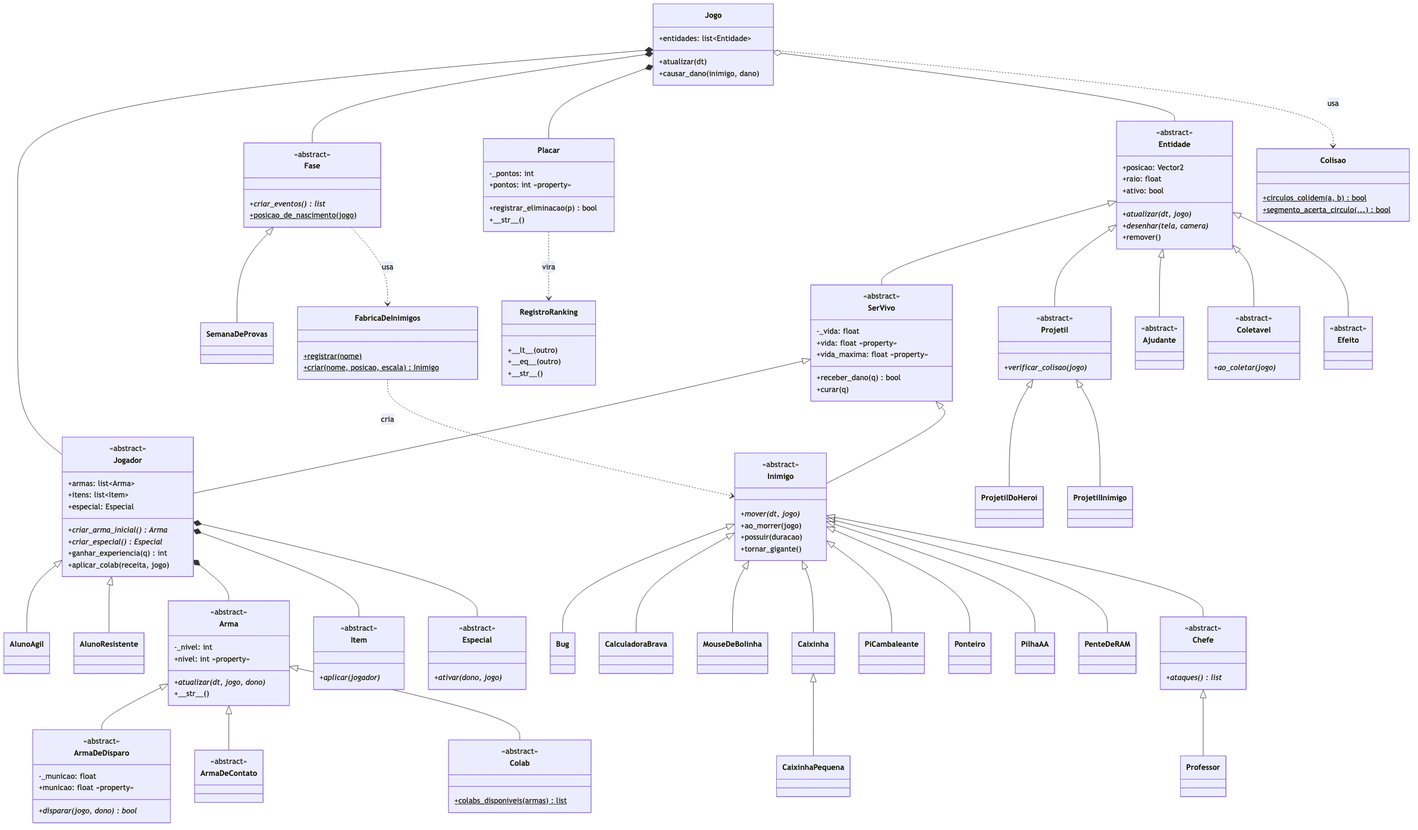
This is docs/entregas/diagrama_classes.png from thallersubtil/UFJ-Survivors, a Mermaid export, as it was before one commit. Its source is kept beside it as docs/diagrama_classes.mmd.
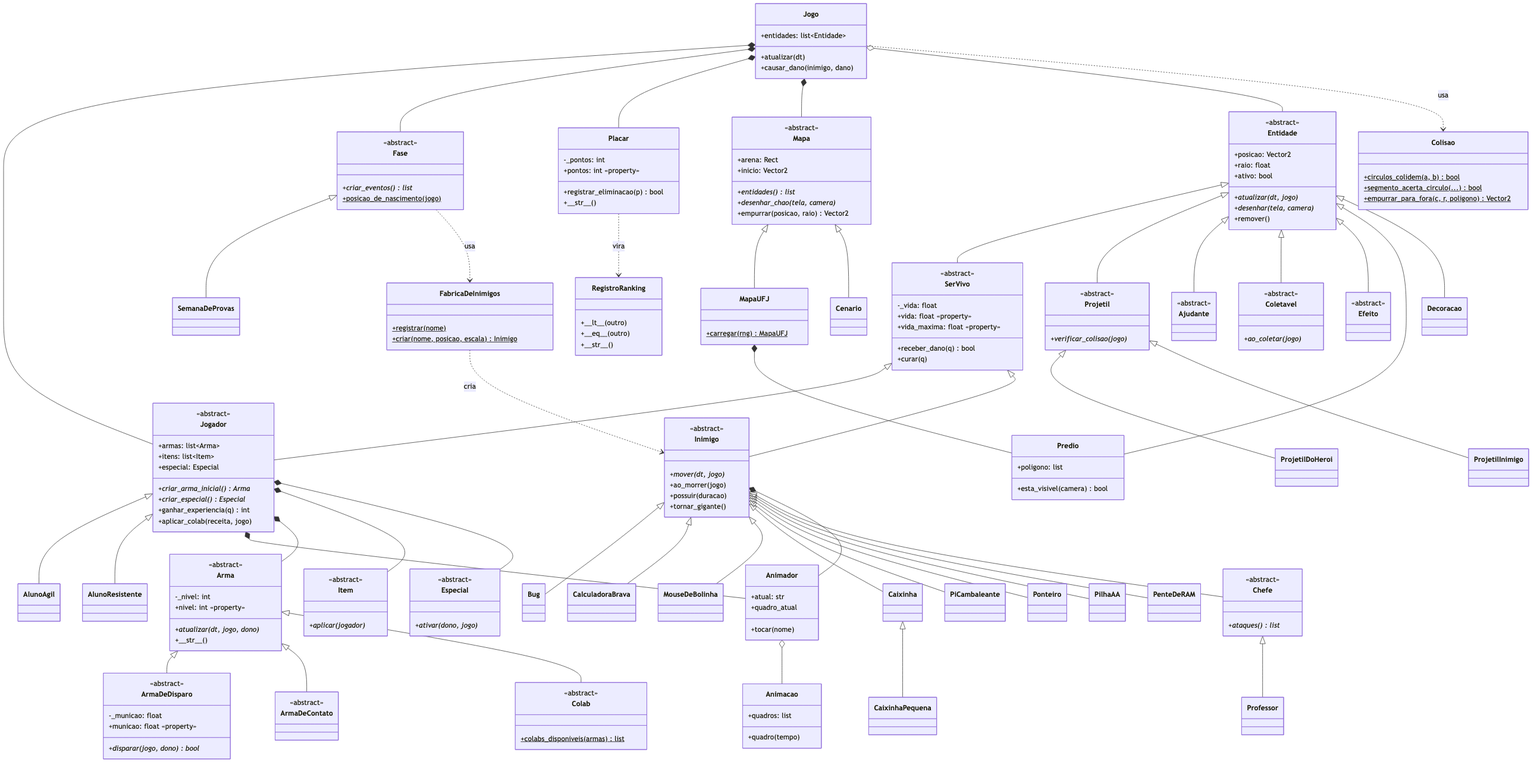
After the commit.

What changed in the source:
```diff
@@ -123,6 +123,34 @@
     class Colisao {
         +circulos_colidem(a, b)$ bool
         +segmento_acerta_circulo(...)$ bool
+        +empurrar_para_fora(c, r, poligono)$ Vector2
+    }
+
+    class Mapa {
+        <<abstract>>
+        +arena: Rect
+        +inicio: Vector2
+        +entidades()* list
+        +desenhar_chao(tela, camera)*
+        +empurrar(posicao, raio) Vector2
+    }
+    class MapaUFJ {
+        +carregar(rng)$ MapaUFJ
+    }
+    class Cenario
+    class Predio {
+        +poligono: list
+        +esta_visivel(camera) bool
+    }
+    class Decoracao
+    class Animador {
+        +atual: str
+        +tocar(nome)
+        +quadro_atual
+    }
+    class Animacao {
+        +quadros: list
+        +quadro(tempo)
     }
 
     Entidade <|-- SerVivo
@@ -155,6 +183,15 @@
     Jogo *-- Jogador
     Jogo *-- Fase
     Jogo *-- Placar
+    Jogo *-- Mapa
+    Mapa <|-- MapaUFJ
+    Mapa <|-- Cenario
+    Entidade <|-- Predio
+    Entidade <|-- Decoracao
+    MapaUFJ *-- Predio
+    Jogador *-- Animador
+    Inimigo *-- Animador
+    Animador o-- Animacao
     Jogo o-- Entidade
     Jogador *-- Arma
     Jogador *-- Item
```
